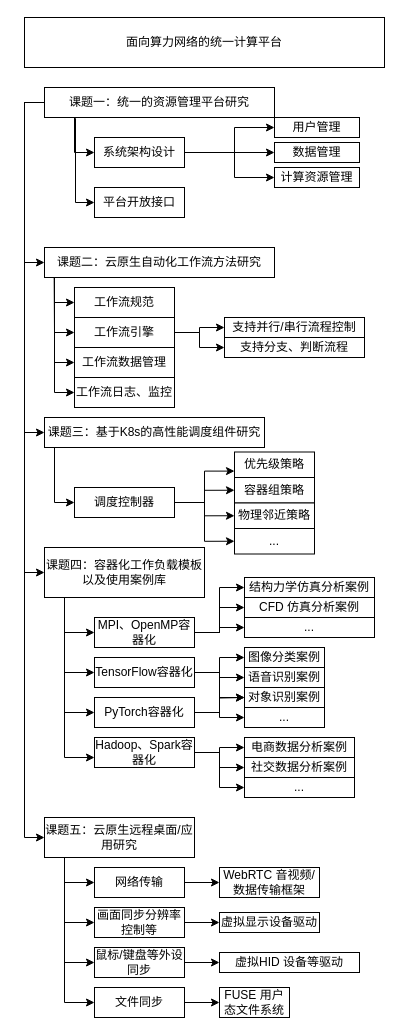
This is page "第 2 页" (2 of 3) of suanflow.drawio from Fruneng/drawio-storage, a draw.io file, before an edit. Source tidied: cells renumbered, new cells numbered last; positions are measured from the earlier drawing's top-left corner, leaving out a move shared by most shapes. Both pictures are drawn from the tidied source at 100%, with x=0, y=0 at pixel (24, 17).
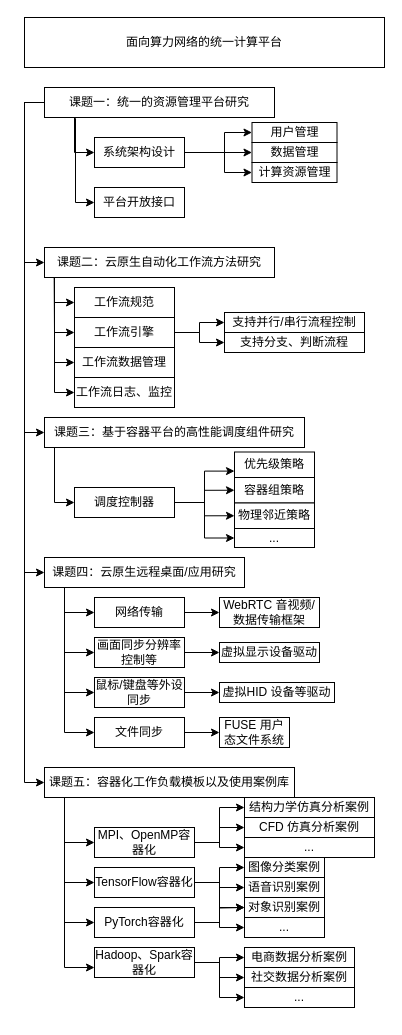
The same page after the edit.

Unchanged cells that the change refers to:
```xml
<mxCell id="5" value="课题一：统一的资源管理平台研究" style="rounded=0;whiteSpace=wrap;html=1;" parent="1" vertex="1">
  <mxGeometry x="20" y="70" width="230" height="30" as="geometry" />
</mxCell>
<mxCell id="66" value="系统架构设计" style="rounded=0;whiteSpace=wrap;html=1;" parent="1" vertex="1">
  <mxGeometry x="70" y="120" width="90" height="30" as="geometry" />
</mxCell>
```

Change to the diagram source:
```diff
@@
     <mxCell id="3" style="edgeStyle=orthogonalEdgeStyle;rounded=0;jettySize=auto;html=1;entryX=0;entryY=0.5;entryDx=0;entryDy=0;exitX=1;exitY=0.5;exitDx=0;exitDy=0;" parent="1" edge="1" source="66" target="48">
       <mxGeometry relative="1" as="geometry">
         <Array as="points">
-          <mxPoint x="210" y="135" />
-          <mxPoint x="210" y="110" />
+          <mxPoint x="200" y="135" />
+          <mxPoint x="200" y="115" />
         </Array>
       </mxGeometry>
     </mxCell>
@@
-    <mxCell id="9" value="课题三：基于K8s的高性能调度组件研究" style="rounded=0;whiteSpace=wrap;html=1;" parent="1" vertex="1">
-      <mxGeometry x="20" y="400" width="220" height="30" as="geometry" />
+    <mxCell id="9" value="课题三：基于容器平台的高性能调度组件研究" style="rounded=0;whiteSpace=wrap;html=1;" parent="1" vertex="1">
+      <mxGeometry x="20" y="400" width="260" height="30" as="geometry" />
     </mxCell>
     <mxCell id="10" style="edgeStyle=orthogonalEdgeStyle;rounded=0;jettySize=auto;html=1;entryX=0;entryY=0.5;entryDx=0;entryDy=0;exitX=0.25;exitY=1;exitDx=0;exitDy=0;" parent="1" edge="1" source="12" target="16">
       <mxGeometry relative="1" as="geometry">
         <Array as="points">
-          <mxPoint x="40" y="580" />
-          <mxPoint x="40" y="615" />
+          <mxPoint x="40" y="780" />
+          <mxPoint x="40" y="825" />
         </Array>
       </mxGeometry>
     </mxCell>
     <mxCell id="11" style="edgeStyle=orthogonalEdgeStyle;rounded=0;jettySize=auto;html=1;entryX=0;entryY=0.5;entryDx=0;entryDy=0;" parent="1" edge="1" target="21">
       <mxGeometry relative="1" as="geometry">
-        <mxPoint x="40" y="580" as="sourcePoint" />
+        <mxPoint x="40" y="790" as="sourcePoint" />
         <Array as="points">
-          <mxPoint x="40" y="655" />
+          <mxPoint x="40" y="865" />
         </Array>
       </mxGeometry>
     </mxCell>
-    <mxCell id="12" value="课题四：容器化工作负载模板以及使用案例库" style="rounded=0;whiteSpace=wrap;html=1;" parent="1" vertex="1">
-      <mxGeometry x="20" y="530" width="160" height="50" as="geometry" />
+    <mxCell id="12" value="课题五：容器化工作负载模板以及使用案例库" style="rounded=0;whiteSpace=wrap;html=1;" parent="1" vertex="1">
+      <mxGeometry x="20" y="750" width="250" height="30" as="geometry" />
     </mxCell>
@@
     <mxCell id="16" value="MPI、OpenMP容器化" style="rounded=0;whiteSpace=wrap;html=1;" parent="1" vertex="1">
-      <mxGeometry x="70" y="600" width="100" height="30" as="geometry" />
+      <mxGeometry x="70" y="810" width="100" height="30" as="geometry" />
     </mxCell>
@@
     <mxCell id="21" value="TensorFlow容器化" style="rounded=0;whiteSpace=wrap;html=1;" parent="1" vertex="1">
-      <mxGeometry x="70" y="640" width="100" height="30" as="geometry" />
+      <mxGeometry x="70" y="850" width="100" height="30" as="geometry" />
     </mxCell>
     <mxCell id="22" style="edgeStyle=orthogonalEdgeStyle;rounded=0;jettySize=auto;html=1;" parent="1" edge="1" source="23">
       <mxGeometry relative="1" as="geometry">
-        <mxPoint x="220" y="680" as="targetPoint" />
+        <mxPoint x="220" y="890" as="targetPoint" />
       </mxGeometry>
     </mxCell>
     <mxCell id="23" value="PyTorch容器化" style="rounded=0;whiteSpace=wrap;html=1;" parent="1" vertex="1">
-      <mxGeometry x="70" y="680" width="100" height="30" as="geometry" />
+      <mxGeometry x="70" y="890" width="100" height="30" as="geometry" />
     </mxCell>
@@
     <mxCell id="27" value="Hadoop、Spark容器化" style="rounded=0;whiteSpace=wrap;html=1;" parent="1" vertex="1">
-      <mxGeometry x="70" y="720" width="100" height="30" as="geometry" />
+      <mxGeometry x="70" y="930" width="100" height="30" as="geometry" />
     </mxCell>
     <mxCell id="28" value="图像分类案例" style="rounded=0;whiteSpace=wrap;html=1;" parent="1" vertex="1">
-      <mxGeometry x="220" y="630" width="80" height="20" as="geometry" />
+      <mxGeometry x="220" y="840" width="80" height="20" as="geometry" />
     </mxCell>
     <mxCell id="29" value="语音识别案例" style="rounded=0;whiteSpace=wrap;html=1;" parent="1" vertex="1">
-      <mxGeometry x="220" y="650" width="80" height="20" as="geometry" />
+      <mxGeometry x="220" y="860" width="80" height="20" as="geometry" />
     </mxCell>
     <mxCell id="30" value="对象识别案例" style="rounded=0;whiteSpace=wrap;html=1;" parent="1" vertex="1">
-      <mxGeometry x="220" y="670" width="80" height="20" as="geometry" />
+      <mxGeometry x="220" y="880" width="80" height="20" as="geometry" />
     </mxCell>
     <mxCell id="31" value="结构力学仿真分析案例" style="rounded=0;whiteSpace=wrap;html=1;" parent="1" vertex="1">
-      <mxGeometry x="220" y="560" width="130" height="20" as="geometry" />
+      <mxGeometry x="220" y="780" width="130" height="20" as="geometry" />
     </mxCell>
     <mxCell id="32" value="CFD 仿真分析案例" style="rounded=0;whiteSpace=wrap;html=1;" parent="1" vertex="1">
-      <mxGeometry x="220" y="580" width="130" height="20" as="geometry" />
+      <mxGeometry x="220" y="800" width="130" height="20" as="geometry" />
     </mxCell>
     <mxCell id="33" value="..." style="rounded=0;whiteSpace=wrap;html=1;" parent="1" vertex="1">
-      <mxGeometry x="220" y="600" width="130" height="20" as="geometry" />
+      <mxGeometry x="220" y="820" width="130" height="20" as="geometry" />
     </mxCell>
     <mxCell id="34" style="edgeStyle=orthogonalEdgeStyle;rounded=0;orthogonalLoop=1;jettySize=auto;html=1;entryX=0;entryY=0.5;entryDx=0;entryDy=0;" parent="1" edge="1">
       <mxGeometry relative="1" as="geometry">
-        <mxPoint x="40" y="620" as="sourcePoint" />
-        <mxPoint x="70" y="695" as="targetPoint" />
+        <mxPoint x="40" y="830" as="sourcePoint" />
+        <mxPoint x="70" y="905" as="targetPoint" />
         <Array as="points">
-          <mxPoint x="40" y="695" />
+          <mxPoint x="40" y="905" />
         </Array>
       </mxGeometry>
     </mxCell>
     <mxCell id="35" style="edgeStyle=orthogonalEdgeStyle;rounded=0;orthogonalLoop=1;jettySize=auto;html=1;" parent="1" edge="1">
       <mxGeometry relative="1" as="geometry">
-        <mxPoint x="40" y="580" as="sourcePoint" />
-        <mxPoint x="70" y="740" as="targetPoint" />
+        <mxPoint x="40" y="790" as="sourcePoint" />
+        <mxPoint x="70" y="950" as="targetPoint" />
         <Array as="points">
-          <mxPoint x="40" y="740" />
-          <mxPoint x="70" y="740" />
+          <mxPoint x="40" y="950" />
+          <mxPoint x="70" y="950" />
         </Array>
       </mxGeometry>
     </mxCell>
     <mxCell id="36" value="..." style="rounded=0;whiteSpace=wrap;html=1;" parent="1" vertex="1">
-      <mxGeometry x="220" y="690" width="80" height="20" as="geometry" />
+      <mxGeometry x="220" y="900" width="80" height="20" as="geometry" />
     </mxCell>
     <mxCell id="37" value="电商数据分析案例" style="rounded=0;whiteSpace=wrap;html=1;" parent="1" vertex="1">
-      <mxGeometry x="220" y="720" width="110" height="20" as="geometry" />
+      <mxGeometry x="220" y="930" width="110" height="20" as="geometry" />
     </mxCell>
     <mxCell id="38" value="社交数据分析案例" style="rounded=0;whiteSpace=wrap;html=1;" parent="1" vertex="1">
-      <mxGeometry x="220" y="740" width="110" height="20" as="geometry" />
+      <mxGeometry x="220" y="950" width="110" height="20" as="geometry" />
     </mxCell>
@@
     <mxCell id="44" value="支持并行/串行流程控制" style="rounded=0;whiteSpace=wrap;html=1;" parent="1" vertex="1">
-      <mxGeometry x="200" y="300" width="140" height="20" as="geometry" />
+      <mxGeometry x="200" y="295" width="140" height="20" as="geometry" />
     </mxCell>
     <mxCell id="45" value="支持分支、判断流程" style="rounded=0;whiteSpace=wrap;html=1;" parent="1" vertex="1">
-      <mxGeometry x="200" y="320" width="140" height="20" as="geometry" />
+      <mxGeometry x="200" y="315" width="140" height="20" as="geometry" />
     </mxCell>
@@
     <mxCell id="47" style="edgeStyle=orthogonalEdgeStyle;rounded=0;jettySize=auto;html=1;entryX=0;entryY=0.5;entryDx=0;entryDy=0;exitX=0;exitY=0.5;exitDx=0;exitDy=0;" parent="1" edge="1" source="5" target="12">
       <mxGeometry relative="1" as="geometry">
         <Array as="points">
           <mxPoint y="85" />
-          <mxPoint y="555" />
+          <mxPoint y="765" />
         </Array>
       </mxGeometry>
     </mxCell>
     <mxCell id="48" value="用户管理" style="rounded=0;whiteSpace=wrap;html=1;" parent="1" vertex="1">
-      <mxGeometry x="250" y="100" width="85" height="20" as="geometry" />
+      <mxGeometry x="227.5" y="105" width="85" height="20" as="geometry" />
     </mxCell>
     <mxCell id="49" value="数据管理" style="rounded=0;whiteSpace=wrap;html=1;" parent="1" vertex="1">
-      <mxGeometry x="250" y="125" width="85" height="20" as="geometry" />
+      <mxGeometry x="227.5" y="125" width="85" height="20" as="geometry" />
     </mxCell>
@@
     <mxCell id="54" value="计算资源管理" style="rounded=0;whiteSpace=wrap;html=1;" parent="1" vertex="1">
-      <mxGeometry x="250" y="150" width="85" height="20" as="geometry" />
+      <mxGeometry x="227.5" y="145" width="85" height="20" as="geometry" />
     </mxCell>
     <mxCell id="55" style="edgeStyle=orthogonalEdgeStyle;rounded=0;jettySize=auto;html=1;entryX=0;entryY=0.5;entryDx=0;entryDy=0;exitX=1;exitY=0.5;exitDx=0;exitDy=0;" parent="1" edge="1" source="66" target="54">
       <mxGeometry relative="1" as="geometry">
         <Array as="points">
-          <mxPoint x="210" y="135" />
-          <mxPoint x="210" y="160" />
+          <mxPoint x="200" y="135" />
+          <mxPoint x="200" y="155" />
         </Array>
       </mxGeometry>
     </mxCell>
@@
     <mxCell id="64" value="..." style="rounded=0;whiteSpace=wrap;html=1;" parent="1" vertex="1">
-      <mxGeometry x="210" y="511" width="80" height="25.5" as="geometry" />
+      <mxGeometry x="210" y="511" width="80" height="19" as="geometry" />
     </mxCell>
@@
     <mxCell id="70" value="..." style="rounded=0;whiteSpace=wrap;html=1;" parent="1" vertex="1">
-      <mxGeometry x="220" y="760" width="110" height="20" as="geometry" />
+      <mxGeometry x="220" y="970" width="110" height="20" as="geometry" />
     </mxCell>
     <mxCell id="71" style="edgeStyle=orthogonalEdgeStyle;rounded=0;jettySize=auto;html=1;entryX=0;entryY=0.5;entryDx=0;entryDy=0;" parent="1" edge="1" source="72" target="76">
       <mxGeometry relative="1" as="geometry">
         <Array as="points">
-          <mxPoint x="40" y="905" />
+          <mxPoint x="40" y="635" />
         </Array>
       </mxGeometry>
     </mxCell>
-    <mxCell id="72" value="课题五：云原生远程桌面/应用研究" style="rounded=0;whiteSpace=wrap;html=1;" parent="1" vertex="1">
-      <mxGeometry x="20" y="800" width="150" height="40" as="geometry" />
+    <mxCell id="72" value="课题四：云原生远程桌面/应用研究" style="rounded=0;whiteSpace=wrap;html=1;" parent="1" vertex="1">
+      <mxGeometry x="20" y="540" width="200" height="30" as="geometry" />
     </mxCell>
     <mxCell id="73" style="edgeStyle=orthogonalEdgeStyle;rounded=0;jettySize=auto;html=1;entryX=0;entryY=0.5;entryDx=0;entryDy=0;exitX=0;exitY=0.5;exitDx=0;exitDy=0;" parent="1" edge="1" source="5" target="72">
       <mxGeometry relative="1" as="geometry">
         <Array as="points">
           <mxPoint y="85" />
-          <mxPoint y="820" />
+          <mxPoint y="555" />
         </Array>
       </mxGeometry>
     </mxCell>
     <mxCell id="74" value="WebRTC 音视频/数据传输框架" style="rounded=0;whiteSpace=wrap;html=1;" parent="1" vertex="1">
-      <mxGeometry x="195" y="850" width="100" height="30" as="geometry" />
+      <mxGeometry x="195" y="580" width="100" height="30" as="geometry" />
     </mxCell>
     <mxCell id="75" style="edgeStyle=orthogonalEdgeStyle;rounded=0;jettySize=auto;html=1;" parent="1" edge="1" source="76" target="79">
       <mxGeometry relative="1" as="geometry">
         <Array as="points">
-          <mxPoint x="190" y="905" />
-          <mxPoint x="190" y="905" />
+          <mxPoint x="190" y="635" />
+          <mxPoint x="190" y="635" />
         </Array>
       </mxGeometry>
     </mxCell>
     <mxCell id="76" value="画面同步分辨率控制等" style="rounded=0;whiteSpace=wrap;html=1;" parent="1" vertex="1">
-      <mxGeometry x="70" y="890" width="90" height="30" as="geometry" />
+      <mxGeometry x="70" y="620" width="90" height="30" as="geometry" />
     </mxCell>
@@
     <mxCell id="78" value="鼠标/键盘等外设同步" style="rounded=0;whiteSpace=wrap;html=1;" parent="1" vertex="1">
-      <mxGeometry x="70" y="930" width="90" height="30" as="geometry" />
+      <mxGeometry x="70" y="660" width="90" height="30" as="geometry" />
     </mxCell>
     <mxCell id="79" value="虚拟显示设备驱动" style="rounded=0;whiteSpace=wrap;html=1;" parent="1" vertex="1">
-      <mxGeometry x="195" y="895" width="100" height="20" as="geometry" />
+      <mxGeometry x="195" y="625" width="100" height="20" as="geometry" />
     </mxCell>
@@
     <mxCell id="81" value="文件同步" style="rounded=0;whiteSpace=wrap;html=1;" parent="1" vertex="1">
-      <mxGeometry x="70" y="970" width="90" height="30" as="geometry" />
+      <mxGeometry x="70" y="700" width="90" height="30" as="geometry" />
     </mxCell>
     <mxCell id="82" style="edgeStyle=orthogonalEdgeStyle;rounded=0;jettySize=auto;html=1;entryX=0;entryY=0.5;entryDx=0;entryDy=0;" parent="1" edge="1" target="78">
       <mxGeometry relative="1" as="geometry">
-        <mxPoint x="40" y="840" as="sourcePoint" />
+        <mxPoint x="40" y="570" as="sourcePoint" />
         <Array as="points">
-          <mxPoint x="40" y="945" />
+          <mxPoint x="40" y="675" />
         </Array>
       </mxGeometry>
     </mxCell>
     <mxCell id="83" style="edgeStyle=orthogonalEdgeStyle;rounded=0;jettySize=auto;html=1;entryX=0;entryY=0.5;entryDx=0;entryDy=0;" parent="1" edge="1" target="81">
       <mxGeometry relative="1" as="geometry">
-        <mxPoint x="40" y="840" as="sourcePoint" />
+        <mxPoint x="40" y="570" as="sourcePoint" />
         <Array as="points">
-          <mxPoint x="40" y="985" />
+          <mxPoint x="40" y="715" />
         </Array>
       </mxGeometry>
     </mxCell>
     <mxCell id="84" value="虚拟HID 设备等驱动" style="rounded=0;whiteSpace=wrap;html=1;" parent="1" vertex="1">
-      <mxGeometry x="195" y="935" width="140" height="20" as="geometry" />
+      <mxGeometry x="195" y="665" width="115" height="20" as="geometry" />
     </mxCell>
     <mxCell id="85" value="FUSE 用户态文件系统" style="rounded=0;whiteSpace=wrap;html=1;" parent="1" vertex="1">
-      <mxGeometry x="195" y="970" width="70" height="30" as="geometry" />
+      <mxGeometry x="195" y="700" width="70" height="30" as="geometry" />
     </mxCell>
@@
     <mxCell id="87" value="网络传输" style="rounded=0;whiteSpace=wrap;html=1;" parent="1" vertex="1">
-      <mxGeometry x="70" y="850" width="90" height="30" as="geometry" />
+      <mxGeometry x="70" y="580" width="90" height="30" as="geometry" />
     </mxCell>
     <mxCell id="88" style="edgeStyle=orthogonalEdgeStyle;rounded=0;jettySize=auto;html=1;entryX=0;entryY=0.5;entryDx=0;entryDy=0;" parent="1" edge="1" target="87">
       <mxGeometry relative="1" as="geometry">
-        <mxPoint x="40" y="840" as="sourcePoint" />
+        <mxPoint x="40" y="570" as="sourcePoint" />
         <Array as="points">
-          <mxPoint x="40" y="865" />
+          <mxPoint x="40" y="595" />
         </Array>
       </mxGeometry>
     </mxCell>
```
